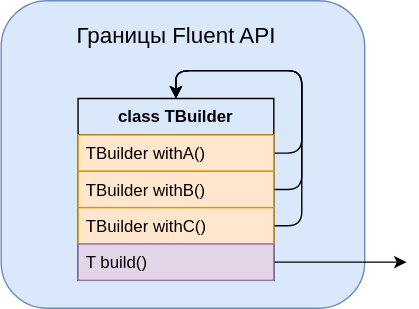
Earlier version of the draw.io export schemas/builder.drawio.svg (Boiarshinov/fluent-api-demo). Source tidied: cells renumbered, new cells last; positions are measured from the earlier drawing's top-left corner, leaving out a move shared by most shapes. The source it was exported from:
```xml
<mxGraphModel>
  <root>
    <mxCell id="0" />
    <mxCell id="1" parent="0" />
    <mxCell id="2" style="rounded=1;whiteSpace=wrap;html=1;fillColor=#dae8fc;strokeColor=#6c8ebf;" parent="1" vertex="1">
      <mxGeometry width="260" height="220" as="geometry" />
    </mxCell>
    <mxCell id="3" value="class TBuilder" style="swimlane;fontStyle=1;horizontal=1;startSize=26;fillColor=none;whiteSpace=wrap;html=1;" parent="1" vertex="1">
      <mxGeometry x="55" y="70" width="140" height="130" as="geometry" />
    </mxCell>
    <mxCell id="4" style="edgeStyle=orthogonalEdgeStyle;rounded=1;jettySize=auto;html=1;exitX=1;exitY=0.5;exitDx=0;exitDy=0;entryX=0.5;entryY=0;entryDx=0;entryDy=0;curved=0;" parent="3" edge="1" source="5" target="3">
      <mxGeometry relative="1" as="geometry">
        <Array as="points">
          <mxPoint x="160" y="39" />
          <mxPoint x="160" y="-20" />
          <mxPoint x="70" y="-20" />
        </Array>
      </mxGeometry>
    </mxCell>
    <mxCell id="5" value="TBuilder withA()" style="text;strokeColor=#d79b00;fillColor=#ffe6cc;align=left;verticalAlign=top;spacingLeft=4;spacingRight=4;overflow=hidden;points=[[0,0.5],[1,0.5]];portConstraint=eastwest;whiteSpace=wrap;html=1;" parent="3" vertex="1">
      <mxGeometry y="26" width="140" height="26" as="geometry" />
    </mxCell>
    <mxCell id="6" style="edgeStyle=orthogonalEdgeStyle;rounded=1;jettySize=auto;html=1;exitX=1;exitY=0.5;exitDx=0;exitDy=0;entryX=0.5;entryY=0;entryDx=0;entryDy=0;curved=0;" parent="3" edge="1" source="7" target="3">
      <mxGeometry relative="1" as="geometry">
        <Array as="points">
          <mxPoint x="160" y="65" />
          <mxPoint x="160" y="-20" />
          <mxPoint x="70" y="-20" />
        </Array>
      </mxGeometry>
    </mxCell>
    <mxCell id="7" value="TBuilder withB()" style="text;strokeColor=#d79b00;fillColor=#ffe6cc;align=left;verticalAlign=top;spacingLeft=4;spacingRight=4;overflow=hidden;points=[[0,0.5],[1,0.5]];portConstraint=eastwest;whiteSpace=wrap;html=1;" parent="3" vertex="1">
      <mxGeometry y="52" width="140" height="26" as="geometry" />
    </mxCell>
    <mxCell id="8" style="edgeStyle=orthogonalEdgeStyle;rounded=1;jettySize=auto;html=1;exitX=1;exitY=0.5;exitDx=0;exitDy=0;entryX=0.5;entryY=0;entryDx=0;entryDy=0;curved=0;" parent="3" edge="1" source="9" target="3">
      <mxGeometry relative="1" as="geometry">
        <Array as="points">
          <mxPoint x="160" y="91" />
          <mxPoint x="160" y="-20" />
          <mxPoint x="70" y="-20" />
        </Array>
      </mxGeometry>
    </mxCell>
    <mxCell id="9" value="TBuilder withC()" style="text;strokeColor=#d79b00;fillColor=#ffe6cc;align=left;verticalAlign=top;spacingLeft=4;spacingRight=4;overflow=hidden;points=[[0,0.5],[1,0.5]];portConstraint=eastwest;whiteSpace=wrap;html=1;" parent="3" vertex="1">
      <mxGeometry y="78" width="140" height="26" as="geometry" />
    </mxCell>
    <mxCell id="10" style="edgeStyle=orthogonalEdgeStyle;rounded=1;jettySize=auto;html=1;exitX=1;exitY=0.5;exitDx=0;exitDy=0;curved=0;" parent="3" edge="1" source="11">
      <mxGeometry relative="1" as="geometry">
        <mxPoint x="235" y="117" as="targetPoint" />
      </mxGeometry>
    </mxCell>
    <mxCell id="11" value="T build()" style="text;align=left;verticalAlign=top;spacingLeft=4;spacingRight=4;overflow=hidden;points=[[0,0.5],[1,0.5]];portConstraint=eastwest;whiteSpace=wrap;html=1;fillColor=#e1d5e7;strokeColor=#9673a6;" parent="3" vertex="1">
      <mxGeometry y="104" width="140" height="26" as="geometry" />
    </mxCell>
    <mxCell id="12" value="Границы Fluent API" style="text;html=1;strokeColor=none;fillColor=none;align=center;verticalAlign=middle;whiteSpace=wrap;rounded=0;fontSize=16;" parent="1" vertex="1">
      <mxGeometry x="17.5" y="10" width="215" height="30" as="geometry" />
    </mxCell>
  </root>
</mxGraphModel>
```
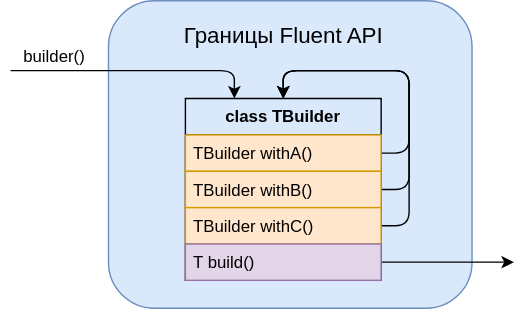
Above is the later version.

Change to the diagram source:
```diff
@@ -55,5 +55,18 @@
     <mxCell id="12" value="Границы Fluent API" style="text;html=1;strokeColor=none;fillColor=none;align=center;verticalAlign=middle;whiteSpace=wrap;rounded=0;fontSize=16;" parent="1" vertex="1">
       <mxGeometry x="17.5" y="10" width="215" height="30" as="geometry" />
     </mxCell>
+    <mxCell id="13" style="endArrow=classic;html=1;rounded=1;entryX=0.25;entryY=0;entryDx=0;entryDy=0;curved=0;" parent="1" edge="1" target="3">
+      <mxGeometry relative="1" as="geometry">
+        <mxPoint x="-70" y="50" as="sourcePoint" />
+        <Array as="points">
+          <mxPoint x="90" y="50" />
+        </Array>
+      </mxGeometry>
+    </mxCell>
+    <mxCell id="14" value="&lt;font style=&quot;font-size: 12px;&quot;&gt;builder()&lt;/font&gt;" style="edgeLabel;html=1;align=center;verticalAlign=middle;" parent="13" vertex="1">
+      <mxGeometry x="-0.63" relative="1" as="geometry">
+        <mxPoint x="-3" y="-10" as="offset" />
+      </mxGeometry>
+    </mxCell>
   </root>
 </mxGraphModel>
```
